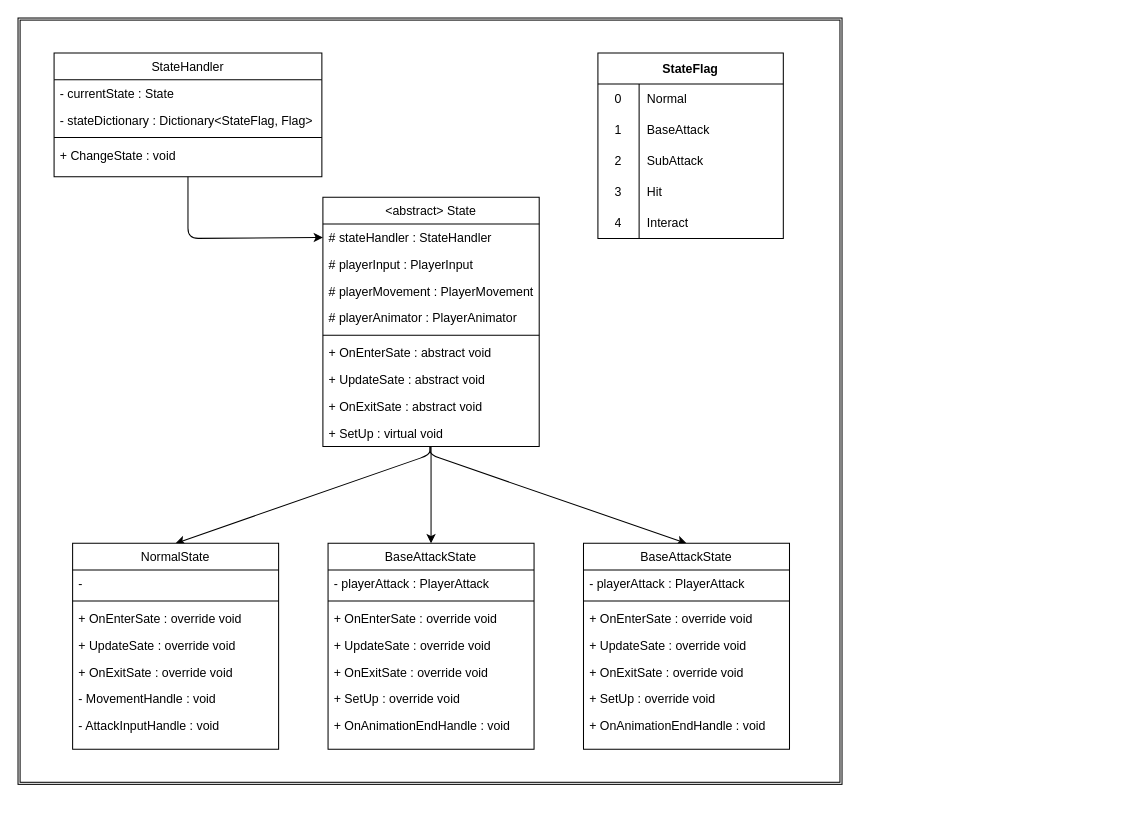
This is ETC/UML/StateLogic.drawio from SEH00N/Eungabi, a draw.io file, before an edit. Source tidied: cells renumbered, new cells numbered last; positions are measured from the earlier drawing's top-left corner, leaving out a move shared by most shapes. Both pictures are drawn from the tidied source at 103%, with x=0, y=0 at pixel (18, 18).
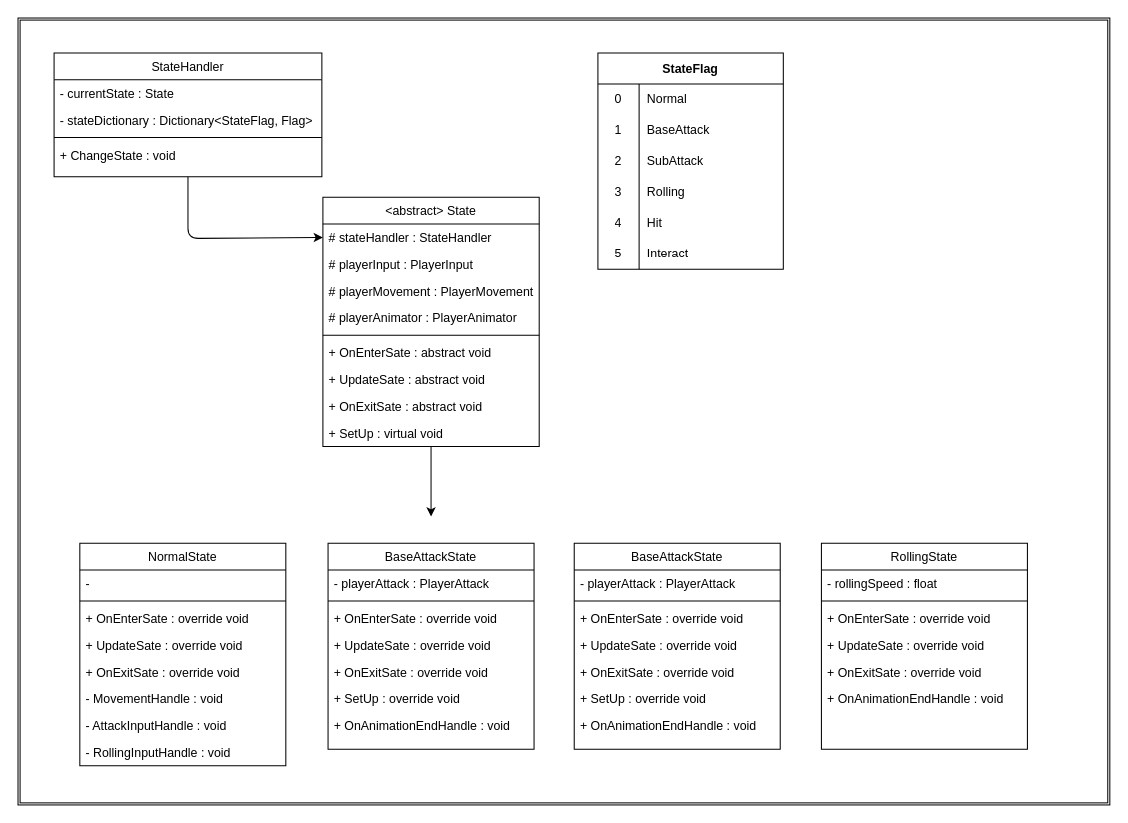
After the change.

Unchanged cells that the change refers to:
```xml
<mxCell id="6" value="&lt;abstract&gt; State" style="swimlane;fontStyle=0;align=center;verticalAlign=top;horizontal=1;startSize=26;rounded=0;shadow=0;strokeWidth=1;spacingTop=0;" parent="1" vertex="1">
  <mxGeometry x="296" y="174" width="210" height="242" as="geometry" />
</mxCell>
<mxCell id="30" value="BaseAttackState" style="swimlane;fontStyle=0;align=center;verticalAlign=top;horizontal=1;startSize=26;rounded=0;shadow=0;strokeWidth=1;spacingTop=0;" parent="1" vertex="1">
  <mxGeometry x="301" y="510" width="200" height="200" as="geometry" />
</mxCell>
```

Change to the diagram source:
```diff
@@
     <mxCell id="2" style="shape=ext;double=1;rounded=0;whiteSpace=wrap;html=1;fontColor=#F0F0F0;strokeColor=default;fillColor=default;" parent="1" vertex="1">
-      <mxGeometry width="800" height="744" as="geometry" />
+      <mxGeometry width="1060" height="764" as="geometry" />
     </mxCell>
-    <mxCell id="3" style="edgeStyle=none;html=1;entryX=0.5;entryY=0;entryDx=0;entryDy=0;" parent="1" edge="1" source="6" target="30">
-      <mxGeometry relative="1" as="geometry" />
+    <mxCell id="3" style="edgeStyle=none;html=1;" parent="1" edge="1" source="6">
+      <mxGeometry relative="1" as="geometry">
+        <mxPoint x="401" y="484" as="targetPoint" />
+      </mxGeometry>
     </mxCell>
-    <mxCell id="4" style="edgeStyle=none;html=1;entryX=0.5;entryY=0;entryDx=0;entryDy=0;" parent="1" edge="1" source="6" target="22">
-      <mxGeometry relative="1" as="geometry">
-        <Array as="points">
-          <mxPoint x="400" y="424" />
-        </Array>
-      </mxGeometry>
-    </mxCell>
-    <mxCell id="5" style="edgeStyle=none;html=1;entryX=0.5;entryY=0;entryDx=0;entryDy=0;" parent="1" edge="1" source="6" target="38">
-      <mxGeometry relative="1" as="geometry">
-        <Array as="points">
-          <mxPoint x="400" y="424" />
-        </Array>
-      </mxGeometry>
-    </mxCell>
@@
     <mxCell id="22" value="NormalState" style="swimlane;fontStyle=0;align=center;verticalAlign=top;horizontal=1;startSize=26;rounded=0;shadow=0;strokeWidth=1;spacingTop=0;" parent="1" vertex="1">
-      <mxGeometry x="53" y="510" width="200" height="200" as="geometry" />
+      <mxGeometry x="60" y="510" width="200" height="216" as="geometry" />
     </mxCell>
@@
+    <mxCell id="62" value="- RollingInputHandle : void" style="text;align=left;verticalAlign=top;spacingLeft=4;spacingRight=4;overflow=hidden;rounded=0;shadow=0;html=0;" parent="22" vertex="1">
+      <mxGeometry y="190" width="200" height="26" as="geometry" />
+    </mxCell>
@@
     <mxCell id="38" value="BaseAttackState" style="swimlane;fontStyle=0;align=center;verticalAlign=top;horizontal=1;startSize=26;rounded=0;shadow=0;strokeWidth=1;spacingTop=0;" parent="1" vertex="1">
-      <mxGeometry x="549" y="510" width="200" height="200" as="geometry" />
+      <mxGeometry x="540" y="510" width="200" height="200" as="geometry" />
     </mxCell>
@@
     <mxCell id="46" value="StateFlag" style="shape=table;startSize=30;childLayout=tableLayout;rowLines=0;fontStyle=1;" parent="1" vertex="1">
-      <mxGeometry x="563" y="34" width="180" height="180" as="geometry" />
+      <mxGeometry x="563" y="34" width="180" height="210" as="geometry" />
     </mxCell>
@@
+    <mxCell id="63" style="shape=tableRow;horizontal=0;startSize=0;swimlaneHead=0;swimlaneBody=0;top=0;left=0;bottom=0;right=0;fillColor=none;" parent="46" vertex="1">
+      <mxGeometry y="120" width="180" height="30" as="geometry" />
+    </mxCell>
+    <mxCell id="64" value="3" style="shape=partialRectangle;html=1;whiteSpace=wrap;fillColor=none;top=0;left=0;bottom=0;right=0;overflow=hidden;" parent="63" vertex="1">
+      <mxGeometry width="40" height="30" as="geometry" />
+    </mxCell>
+    <mxCell id="65" value="Rolling" style="shape=partialRectangle;html=1;whiteSpace=wrap;fillColor=none;top=0;left=0;bottom=0;right=0;align=left;spacingLeft=6;overflow=hidden;" parent="63" vertex="1">
+      <mxGeometry x="40" width="140" height="30" as="geometry" />
+    </mxCell>
     <mxCell id="56" style="shape=tableRow;horizontal=0;startSize=0;swimlaneHead=0;swimlaneBody=0;top=0;left=0;bottom=0;right=0;fillColor=none;" parent="46" vertex="1">
-      <mxGeometry y="120" width="180" height="30" as="geometry" />
+      <mxGeometry y="150" width="180" height="30" as="geometry" />
     </mxCell>
-    <mxCell id="57" value="3" style="shape=partialRectangle;html=1;whiteSpace=wrap;fillColor=none;top=0;left=0;bottom=0;right=0;overflow=hidden;" parent="56" vertex="1">
+    <mxCell id="57" value="4" style="shape=partialRectangle;html=1;whiteSpace=wrap;fillColor=none;top=0;left=0;bottom=0;right=0;overflow=hidden;" parent="56" vertex="1">
       <mxGeometry width="40" height="30" as="geometry" />
     </mxCell>
@@
     <mxCell id="59" style="shape=tableRow;horizontal=0;startSize=0;swimlaneHead=0;swimlaneBody=0;top=0;left=0;bottom=0;right=0;fillColor=none;" parent="46" vertex="1">
-      <mxGeometry y="150" width="180" height="30" as="geometry" />
+      <mxGeometry y="180" width="180" height="30" as="geometry" />
     </mxCell>
-    <mxCell id="60" value="4" style="shape=partialRectangle;html=1;whiteSpace=wrap;fillColor=none;top=0;left=0;bottom=0;right=0;overflow=hidden;" parent="59" vertex="1">
+    <mxCell id="60" value="5" style="shape=partialRectangle;html=1;whiteSpace=wrap;fillColor=none;top=0;left=0;bottom=0;right=0;overflow=hidden;" parent="59" vertex="1">
       <mxGeometry width="40" height="30" as="geometry" />
     </mxCell>
@@
+    <mxCell id="66" value="RollingState" style="swimlane;fontStyle=0;align=center;verticalAlign=top;horizontal=1;startSize=26;rounded=0;shadow=0;strokeWidth=1;spacingTop=0;" parent="1" vertex="1">
+      <mxGeometry x="780" y="510" width="200" height="200" as="geometry" />
+    </mxCell>
+    <mxCell id="67" value="- rollingSpeed : float" style="text;align=left;verticalAlign=top;spacingLeft=4;spacingRight=4;overflow=hidden;rounded=0;shadow=0;html=0;" parent="66" vertex="1">
+      <mxGeometry y="26" width="200" height="26" as="geometry" />
+    </mxCell>
+    <mxCell id="68" style="line;html=1;strokeWidth=1;align=left;verticalAlign=middle;spacingTop=-1;spacingLeft=3;spacingRight=3;labelPosition=right;" parent="66" vertex="1">
+      <mxGeometry y="52" width="200" height="8" as="geometry" />
+    </mxCell>
+    <mxCell id="69" value="+ OnEnterSate : override void" style="text;align=left;verticalAlign=top;spacingLeft=4;spacingRight=4;overflow=hidden;rounded=0;shadow=0;html=0;" parent="66" vertex="1">
+      <mxGeometry y="60" width="200" height="26" as="geometry" />
+    </mxCell>
+    <mxCell id="70" value="+ UpdateSate : override void" style="text;align=left;verticalAlign=top;spacingLeft=4;spacingRight=4;overflow=hidden;rounded=0;shadow=0;html=0;" parent="66" vertex="1">
+      <mxGeometry y="86" width="200" height="26" as="geometry" />
+    </mxCell>
+    <mxCell id="71" value="+ OnExitSate : override void" style="text;align=left;verticalAlign=top;spacingLeft=4;spacingRight=4;overflow=hidden;rounded=0;shadow=0;html=0;" parent="66" vertex="1">
+      <mxGeometry y="112" width="200" height="26" as="geometry" />
+    </mxCell>
+    <mxCell id="72" value="+ OnAnimationEndHandle : void" style="text;align=left;verticalAlign=top;spacingLeft=4;spacingRight=4;overflow=hidden;rounded=0;shadow=0;html=0;" parent="66" vertex="1">
+      <mxGeometry y="138" width="200" height="26" as="geometry" />
+    </mxCell>
```
